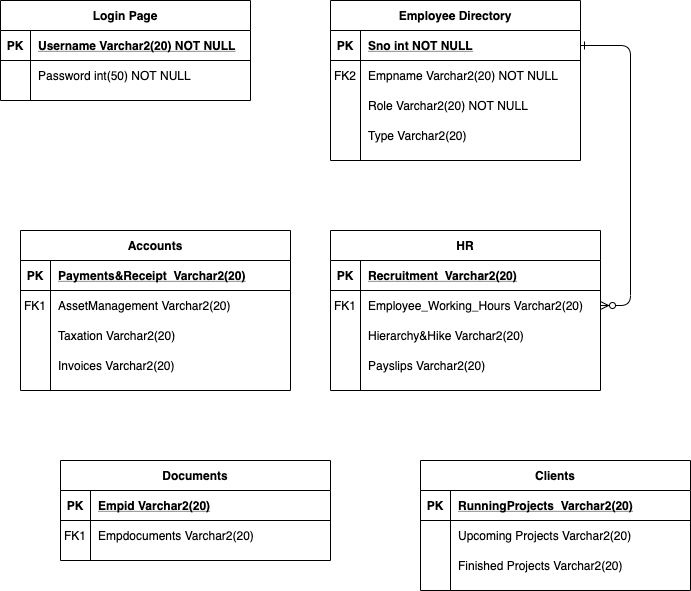
The draw.io diagram Beeja ER Diagram.png in BandariChetanKumar/DB-Design, before a commit. Source tidied: cells renumbered, new cells last; positions are measured from the earlier drawing's top-left corner, leaving out a move shared by most shapes.
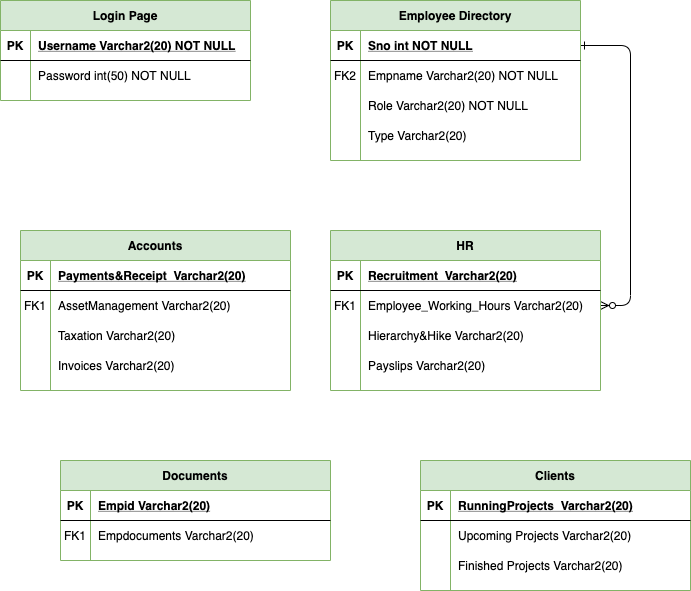
The same file after the commit.

What changed in the source:
```diff
@@ -8,7 +8,7 @@
     <mxCell id="3" style="edgeStyle=entityRelationEdgeStyle;endArrow=ERzeroToMany;startArrow=ERone;endFill=1;startFill=0;" parent="1" edge="1" source="5" target="28">
       <mxGeometry relative="1" as="geometry" />
     </mxCell>
-    <mxCell id="4" value="Employee Directory" style="shape=table;startSize=30;rowLines=0;fontStyle=1;align=center;" parent="1" vertex="1">
+    <mxCell id="4" value="Employee Directory" style="shape=table;startSize=30;rowLines=0;fontStyle=1;align=center;fillColor=#d5e8d4;strokeColor=#82b366;" parent="1" vertex="1">
       <mxGeometry x="330" width="250" height="160" as="geometry" />
     </mxCell>
     <mxCell id="5" style="shape=partialRectangle;fillColor=none;points=[[0,0.5],[1,0.5]];portConstraint=eastwest;top=0;left=0;right=0;bottom=1;" parent="4" vertex="1">
@@ -47,7 +47,7 @@
     <mxCell id="16" value="Type Varchar2(20) " style="shape=partialRectangle;overflow=hidden;fillColor=none;top=0;left=0;bottom=0;right=0;align=left;spacingLeft=6;" parent="14" vertex="1">
       <mxGeometry x="30" width="220" height="30" as="geometry" />
     </mxCell>
-    <mxCell id="17" value="Login Page" style="shape=table;startSize=30;rowLines=0;fontStyle=1;align=center;" parent="1" vertex="1">
+    <mxCell id="17" value="Login Page" style="shape=table;startSize=30;rowLines=0;fontStyle=1;align=center;fillColor=#d5e8d4;strokeColor=#82b366;" parent="1" vertex="1">
       <mxGeometry width="250" height="100" as="geometry" />
     </mxCell>
     <mxCell id="18" style="shape=partialRectangle;fillColor=none;points=[[0,0.5],[1,0.5]];portConstraint=eastwest;top=0;left=0;right=0;bottom=1;" parent="17" vertex="1">
@@ -68,7 +68,7 @@
     <mxCell id="23" value="Password int(50) NOT NULL" style="shape=partialRectangle;overflow=hidden;fillColor=none;top=0;left=0;bottom=0;right=0;align=left;spacingLeft=6;" parent="21" vertex="1">
       <mxGeometry x="30" width="220" height="30" as="geometry" />
     </mxCell>
-    <mxCell id="24" value="HR" style="shape=table;startSize=30;rowLines=0;fontStyle=1;align=center;" parent="1" vertex="1">
+    <mxCell id="24" value="HR" style="shape=table;startSize=30;rowLines=0;fontStyle=1;align=center;fillColor=#d5e8d4;strokeColor=#82b366;" parent="1" vertex="1">
       <mxGeometry x="330" y="230" width="270" height="160" as="geometry" />
     </mxCell>
     <mxCell id="25" style="shape=partialRectangle;fillColor=none;top=0;left=0;right=0;bottom=1;" parent="24" vertex="1">
@@ -107,7 +107,7 @@
     <mxCell id="36" value="Payslips Varchar2(20)" style="shape=partialRectangle;overflow=hidden;fillColor=none;top=0;left=0;bottom=0;right=0;align=left;spacingLeft=6;" parent="34" vertex="1">
       <mxGeometry x="30" width="240" height="30" as="geometry" />
     </mxCell>
-    <mxCell id="37" value="Accounts" style="shape=table;startSize=30;rowLines=0;fontStyle=1;align=center;" parent="1" vertex="1">
+    <mxCell id="37" value="Accounts" style="shape=table;startSize=30;rowLines=0;fontStyle=1;align=center;fillColor=#d5e8d4;strokeColor=#82b366;" parent="1" vertex="1">
       <mxGeometry x="20" y="230" width="270" height="160" as="geometry" />
     </mxCell>
     <mxCell id="38" style="shape=partialRectangle;fillColor=none;top=0;left=0;right=0;bottom=1;" parent="37" vertex="1">
@@ -146,7 +146,7 @@
     <mxCell id="49" value="Invoices Varchar2(20)" style="shape=partialRectangle;overflow=hidden;fillColor=none;top=0;left=0;bottom=0;right=0;align=left;spacingLeft=6;" parent="47" vertex="1">
       <mxGeometry x="30" width="240" height="30" as="geometry" />
     </mxCell>
-    <mxCell id="50" value="Documents" style="shape=table;startSize=30;rowLines=0;fontStyle=1;align=center;" parent="1" vertex="1">
+    <mxCell id="50" value="Documents" style="shape=table;startSize=30;rowLines=0;fontStyle=1;align=center;fillColor=#d5e8d4;strokeColor=#82b366;" parent="1" vertex="1">
       <mxGeometry x="60" y="460" width="270" height="100" as="geometry" />
     </mxCell>
     <mxCell id="51" style="shape=partialRectangle;fillColor=none;top=0;left=0;right=0;bottom=1;" parent="50" vertex="1">
@@ -167,7 +167,7 @@
     <mxCell id="56" value="Empdocuments Varchar2(20)" style="shape=partialRectangle;overflow=hidden;fillColor=none;top=0;left=0;bottom=0;right=0;align=left;spacingLeft=6;" parent="54" vertex="1">
       <mxGeometry x="30" width="240" height="30" as="geometry" />
     </mxCell>
-    <mxCell id="57" value="Clients" style="shape=table;startSize=30;rowLines=0;fontStyle=1;align=center;" parent="1" vertex="1">
+    <mxCell id="57" value="Clients" style="shape=table;startSize=30;rowLines=0;fontStyle=1;align=center;fillColor=#d5e8d4;strokeColor=#82b366;" parent="1" vertex="1">
       <mxGeometry x="420" y="460" width="270" height="130" as="geometry" />
     </mxCell>
     <mxCell id="58" style="shape=partialRectangle;fillColor=none;top=0;left=0;right=0;bottom=1;" parent="57" vertex="1">
```
